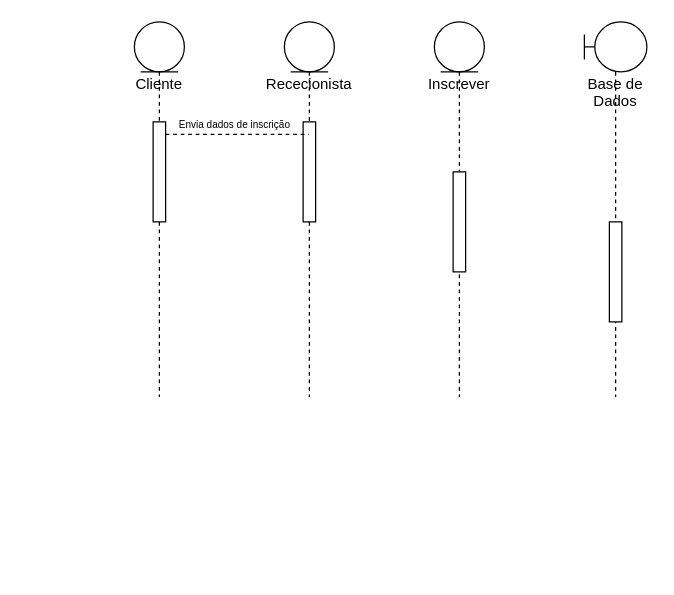
This is Diagramas corrigidos/3-SEQUENCIA/inscrever_cliente.drawio from AlexandrePSantos/GestaoGym, a draw.io file, before an edit. Source tidied: cells renumbered, new cells numbered last; positions are measured from the earlier drawing's top-left corner, leaving out a move shared by most shapes. Both pictures are drawn from the tidied source at 125%, with x=0, y=0 at pixel (134, 21).
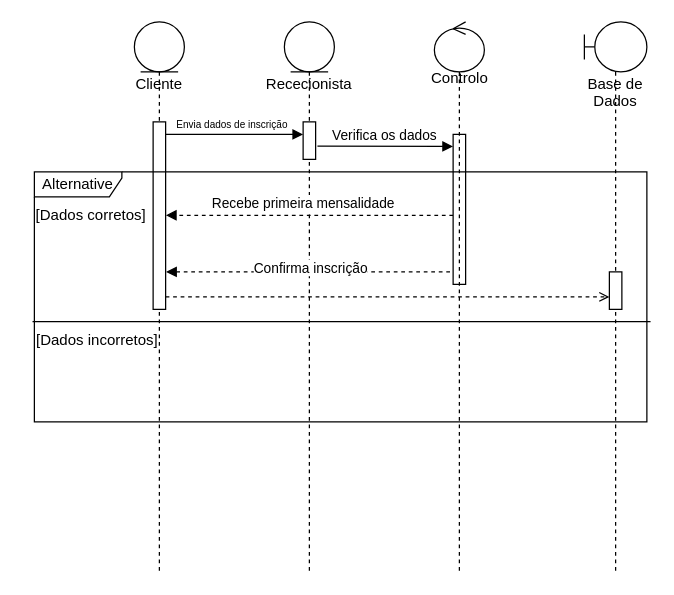
The same diagram, later.

The edit, as a diff of the source:
```diff
@@
     <mxCell id="2" value="Rececionista" style="shape=umlLifeline;participant=umlEntity;perimeter=lifelinePerimeter;whiteSpace=wrap;html=1;verticalAlign=top;spacingTop=36;outlineConnect=0;" parent="1" vertex="1">
-      <mxGeometry x="120" width="40" height="300" as="geometry" />
+      <mxGeometry x="120" width="40" height="440" as="geometry" />
     </mxCell>
     <mxCell id="3" style="html=1;points=[];perimeter=orthogonalPerimeter;" parent="2" vertex="1">
-      <mxGeometry x="15" y="80" width="10" height="80" as="geometry" />
+      <mxGeometry x="15" y="80" width="10" height="30" as="geometry" />
     </mxCell>
-    <mxCell id="4" value="Inscrever" style="shape=umlLifeline;participant=umlEntity;perimeter=lifelinePerimeter;whiteSpace=wrap;html=1;verticalAlign=top;spacingTop=36;" parent="1" vertex="1">
-      <mxGeometry x="240" width="40" height="300" as="geometry" />
-    </mxCell>
-    <mxCell id="5" style="html=1;perimeter=orthogonalPerimeter;" parent="4" vertex="1">
-      <mxGeometry x="15" y="120" width="10" height="80" as="geometry" />
-    </mxCell>
     <mxCell id="6" value="Base de Dados" style="shape=umlLifeline;participant=umlBoundary;perimeter=lifelinePerimeter;whiteSpace=wrap;html=1;verticalAlign=top;spacingTop=36;" parent="1" vertex="1">
-      <mxGeometry x="360" width="50" height="300" as="geometry" />
+      <mxGeometry x="360" width="50" height="440" as="geometry" />
     </mxCell>
-    <mxCell id="7" style="html=1;points=[];perimeter=orthogonalPerimeter;" parent="6" vertex="1">
-      <mxGeometry x="20" y="160" width="10" height="80" as="geometry" />
-    </mxCell>
+    <mxCell id="12" style="html=1;points=[];perimeter=orthogonalPerimeter;" parent="6" vertex="1">
+      <mxGeometry x="20" y="200" width="10" height="30" as="geometry" />
+    </mxCell>
     <mxCell id="8" value="Cliente&lt;br&gt;" style="shape=umlLifeline;participant=umlEntity;perimeter=lifelinePerimeter;whiteSpace=wrap;html=1;verticalAlign=top;spacingTop=36;" parent="1" vertex="1">
-      <mxGeometry width="40" height="300" as="geometry" />
+      <mxGeometry width="40" height="440" as="geometry" />
     </mxCell>
     <mxCell id="9" style="html=1;points=[];perimeter=orthogonalPerimeter;" parent="8" vertex="1">
-      <mxGeometry x="15" y="80" width="10" height="80" as="geometry" />
+      <mxGeometry x="15" y="80" width="10" height="150" as="geometry" />
     </mxCell>
-    <mxCell id="10" style="rounded=0;jettySize=auto;html=1;dashed=1;endArrow=none;endFill=0;" parent="1" edge="1" source="9" target="2">
+    <mxCell id="10" style="rounded=0;jettySize=auto;html=1;endArrow=block;endFill=1;" parent="1" edge="1" source="9" target="3">
       <mxGeometry relative="1" as="geometry">
         <Array as="points">
           <mxPoint x="70" y="90" />
         </Array>
       </mxGeometry>
     </mxCell>
@@
+    <mxCell id="13" style="jettySize=auto;html=1;endArrow=block;endFill=1;rounded=0;entryX=-0.008;entryY=0.08;entryDx=0;entryDy=0;entryPerimeter=0;exitX=1.143;exitY=0.648;exitDx=0;exitDy=0;exitPerimeter=0;" parent="1" edge="1" source="3" target="7">
+      <mxGeometry relative="1" as="geometry" />
+    </mxCell>
+    <mxCell id="14" value="Verifica os dados" style="edgeLabel;html=1;align=center;verticalAlign=middle;" parent="13" vertex="1">
+      <mxGeometry x="-0.39" y="1" relative="1" as="geometry">
+        <mxPoint x="20" y="-8" as="offset" />
+      </mxGeometry>
+    </mxCell>
+    <mxCell id="15" style="ellipse;shape=umlControl;whiteSpace=wrap;html=1;rounded=0;" parent="1" vertex="1">
+      <mxGeometry x="240" width="40" height="40" as="geometry" />
+    </mxCell>
+    <mxCell id="16" value="Controlo" style="text;html=1;align=center;verticalAlign=middle;strokeColor=none;fillColor=none;" parent="1" vertex="1">
+      <mxGeometry x="225" y="30" width="70" height="30" as="geometry" />
+    </mxCell>
+    <mxCell id="17" style="rounded=0;jettySize=auto;html=1;dashed=1;endArrow=block;endFill=1;entryX=1.024;entryY=0.498;entryDx=0;entryDy=0;entryPerimeter=0;" parent="1" edge="1" source="7" target="9">
+      <mxGeometry relative="1" as="geometry" />
+    </mxCell>
+    <mxCell id="18" value="Recebe primeira mensalidade" style="edgeLabel;html=1;align=center;verticalAlign=middle;" parent="17" vertex="1">
+      <mxGeometry x="0.59" y="-1" relative="1" as="geometry">
+        <mxPoint x="62" y="-9" as="offset" />
+      </mxGeometry>
+    </mxCell>
+    <mxCell id="7" style="html=1;points=[];perimeter=orthogonalPerimeter;" parent="1" vertex="1">
+      <mxGeometry x="255" y="90" width="10" height="120" as="geometry" />
+    </mxCell>
+    <mxCell id="19" style="edgeStyle=none;rounded=0;jettySize=auto;html=1;dashed=1;endArrow=none;endFill=0;" parent="1" edge="1" source="15">
+      <mxGeometry relative="1" as="geometry">
+        <mxPoint x="260" y="440" as="targetPoint" />
+      </mxGeometry>
+    </mxCell>
+    <mxCell id="20" value="Alternative" style="shape=umlFrame;whiteSpace=wrap;html=1;rounded=0;width=70;height=20;" parent="1" vertex="1">
+      <mxGeometry x="-80" y="120" width="490" height="200" as="geometry" />
+    </mxCell>
+    <mxCell id="21" value="[Dados corretos]" style="text;html=1;align=center;verticalAlign=middle;strokeColor=none;fillColor=none;" parent="1" vertex="1">
+      <mxGeometry x="-90" y="140" width="110" height="30" as="geometry" />
+    </mxCell>
+    <mxCell id="22" value="[Dados incorretos]" style="text;html=1;align=center;verticalAlign=middle;strokeColor=none;fillColor=none;" parent="1" vertex="1">
+      <mxGeometry x="-90" y="240" width="120" height="30" as="geometry" />
+    </mxCell>
+    <mxCell id="23" style="endArrow=none;html=1;rounded=0;endSize=8;startSize=8;sourcePerimeterSpacing=0;targetPerimeterSpacing=0;endFill=0;entryX=1.006;entryY=0.599;entryDx=0;entryDy=0;entryPerimeter=0;exitX=-0.003;exitY=0.599;exitDx=0;exitDy=0;exitPerimeter=0;" parent="1" edge="1" source="20" target="20">
+      <mxGeometry relative="1" as="geometry" />
+    </mxCell>
+    <mxCell id="24" style="rounded=0;orthogonalLoop=1;jettySize=auto;html=1;entryX=-0.079;entryY=0.856;entryDx=0;entryDy=0;entryPerimeter=0;endArrow=none;endFill=0;startArrow=block;startFill=1;dashed=1;" parent="1" edge="1">
+      <mxGeometry relative="1" as="geometry">
+        <mxPoint x="25.4" y="200" as="sourcePoint" />
+        <mxPoint x="254.6" y="200" as="targetPoint" />
+      </mxGeometry>
+    </mxCell>
+    <mxCell id="25" value="Confirma inscrição" style="edgeLabel;html=1;align=center;verticalAlign=middle;" parent="24" vertex="1">
+      <mxGeometry x="0.21" relative="1" as="geometry">
+        <mxPoint x="-24" y="-4" as="offset" />
+      </mxGeometry>
+    </mxCell>
+    <mxCell id="26" style="edgeStyle=none;rounded=0;jettySize=auto;html=1;startArrow=none;startFill=0;endArrow=open;endFill=0;dashed=1;" parent="1" edge="1" source="9" target="12">
+      <mxGeometry relative="1" as="geometry">
+        <Array as="points">
+          <mxPoint x="200" y="220" />
+        </Array>
+      </mxGeometry>
+    </mxCell>
```
